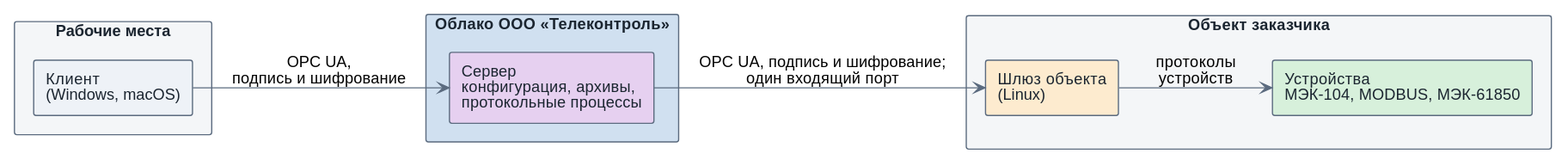
This is img/hosted-deployment.svg from telecontrol-ru/scada, a PlantUML export, as it was before one commit.
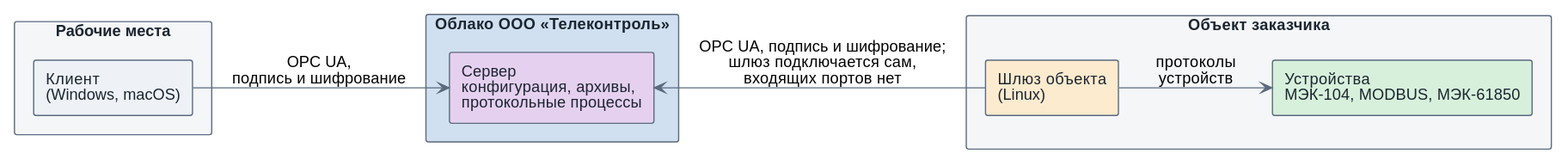
Above is the later version.

Commit message:
OPC UA reverse connect: a site gateway dials the hosted proxy (1108)

The edit, as a diff of the source:
```diff
@@ -17,6 +17,6 @@
 }
 
 c1 --> srv : OPC UA,\nподпись и шифрование
-srv --> gw : OPC UA, подпись и шифрование;\nодин входящий порт
+srv <-- gw : OPC UA, подпись и шифрование;\nшлюз подключается сам,\nвходящих портов нет
 gw --> dev : протоколы\nустройств
 @enduml
```
